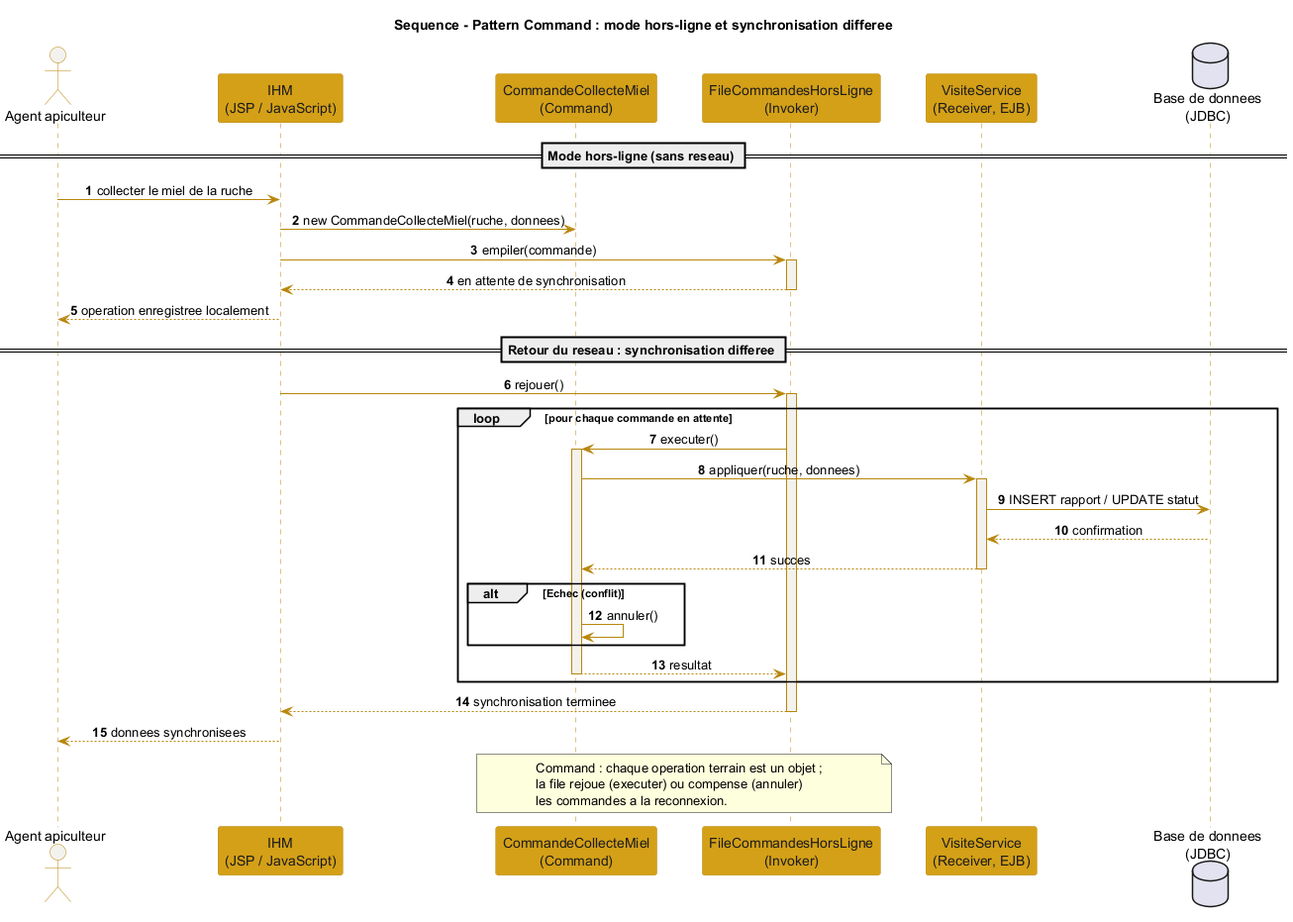
The PlantUML diagram cahier de charge/fr/annexes/D-solid-patterns/images/diagramme_sequence_command.png in iyednefzi99/Z-mm, before a commit. Its diagram source:
```plantuml
@startuml diagramme_sequence_command
skinparam shadowing false
skinparam sequenceMessageAlign center
skinparam ParticipantPadding 18
skinparam BoxPadding 12
skinparam sequence {
  ArrowColor #B8860B
  LifeLineBorderColor #B8860B
  LifeLineBackgroundColor #F3F2EE
  ParticipantBorderColor #B8860B
  ParticipantBackgroundColor #D4A017
  ParticipantFontColor #1C1C1C
  ActorBorderColor #B8860B
  ActorBackgroundColor #F3F2EE
}
title Sequence - Pattern Command : mode hors-ligne et synchronisation differee

actor "Agent apiculteur" as Agent
participant "IHM\n(JSP / JavaScript)" as IHM
participant "CommandeCollecteMiel\n(Command)" as Cmd
participant "FileCommandesHorsLigne\n(Invoker)" as File
participant "VisiteService\n(Receiver, EJB)" as EJB
database "Base de donnees\n(JDBC)" as BD

autonumber

== Mode hors-ligne (sans reseau) ==
Agent -> IHM : collecter le miel de la ruche
IHM -> Cmd : new CommandeCollecteMiel(ruche, donnees)
IHM -> File : empiler(commande)
activate File
File --> IHM : en attente de synchronisation
deactivate File
IHM --> Agent : operation enregistree localement

== Retour du reseau : synchronisation differee ==
IHM -> File : rejouer()
activate File
loop pour chaque commande en attente
  File -> Cmd : executer()
  activate Cmd
  Cmd -> EJB : appliquer(ruche, donnees)
  activate EJB
  EJB -> BD : INSERT rapport / UPDATE statut
  BD --> EJB : confirmation
  EJB --> Cmd : succes
  deactivate EJB
  alt Echec (conflit)
    Cmd -> Cmd : annuler()
  end
  Cmd --> File : resultat
  deactivate Cmd
end
File --> IHM : synchronisation terminee
deactivate File
IHM --> Agent : donnees synchronisees

note over Cmd, File
  Command : chaque operation terrain est un objet ;
  la file rejoue (executer) ou compense (annuler)
  les commandes a la reconnexion.
end note

@enduml
```
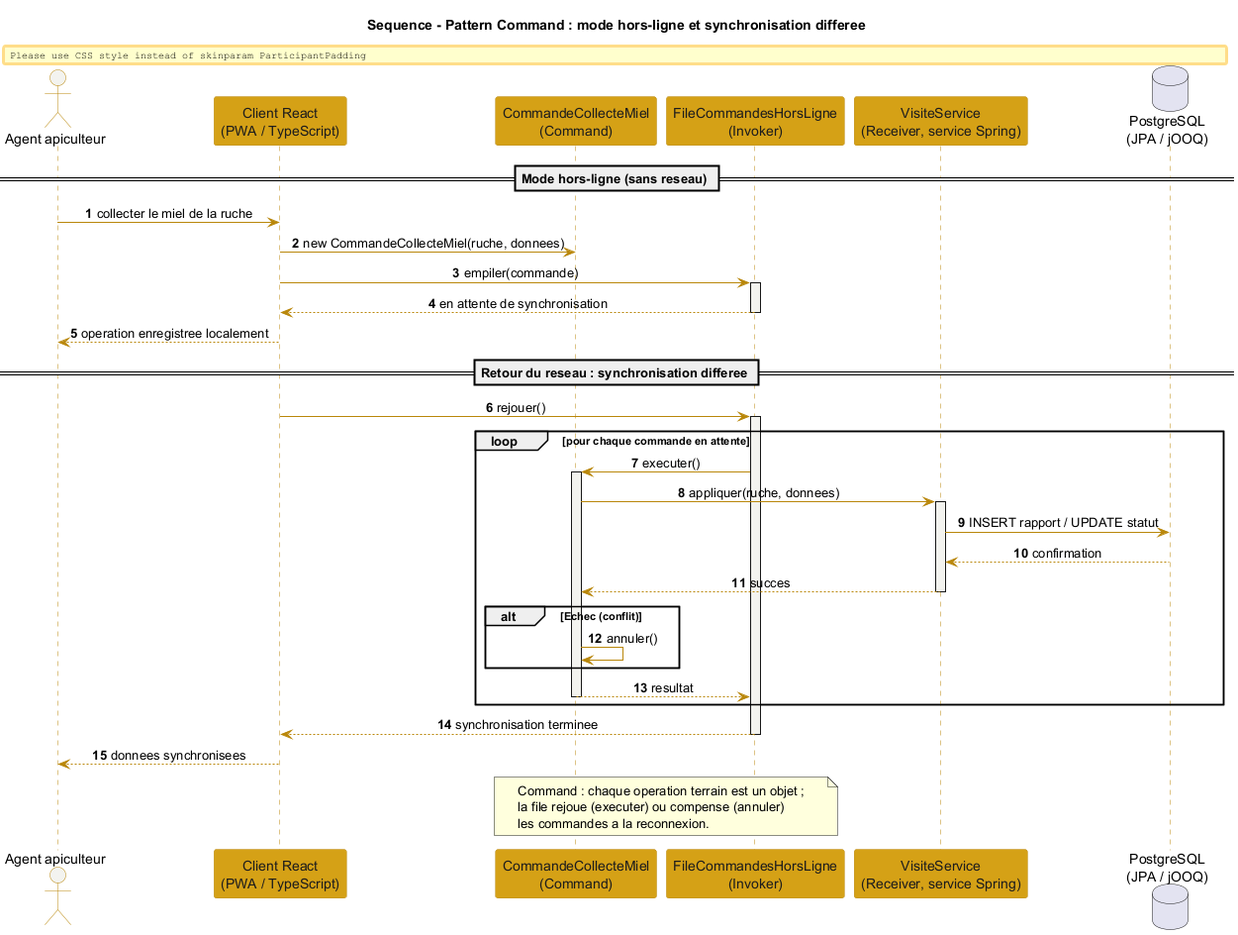
Above is the later version.

The edit, as a diff of the source:
```diff
@@ -16,11 +16,11 @@
 title Sequence - Pattern Command : mode hors-ligne et synchronisation differee
 
 actor "Agent apiculteur" as Agent
-participant "IHM\n(JSP / JavaScript)" as IHM
+participant "Client React\n(PWA / TypeScript)" as IHM
 participant "CommandeCollecteMiel\n(Command)" as Cmd
 participant "FileCommandesHorsLigne\n(Invoker)" as File
-participant "VisiteService\n(Receiver, EJB)" as EJB
-database "Base de donnees\n(JDBC)" as BD
+participant "VisiteService\n(Receiver, service Spring)" as Svc
+database "PostgreSQL\n(JPA / jOOQ)" as BD
 
 autonumber
 
@@ -39,12 +39,12 @@
 loop pour chaque commande en attente
   File -> Cmd : executer()
   activate Cmd
-  Cmd -> EJB : appliquer(ruche, donnees)
-  activate EJB
-  EJB -> BD : INSERT rapport / UPDATE statut
-  BD --> EJB : confirmation
-  EJB --> Cmd : succes
-  deactivate EJB
+  Cmd -> Svc : appliquer(ruche, donnees)
+  activate Svc
+  Svc -> BD : INSERT rapport / UPDATE statut
+  BD --> Svc : confirmation
+  Svc --> Cmd : succes
+  deactivate Svc
   alt Echec (conflit)
     Cmd -> Cmd : annuler()
   end
```
